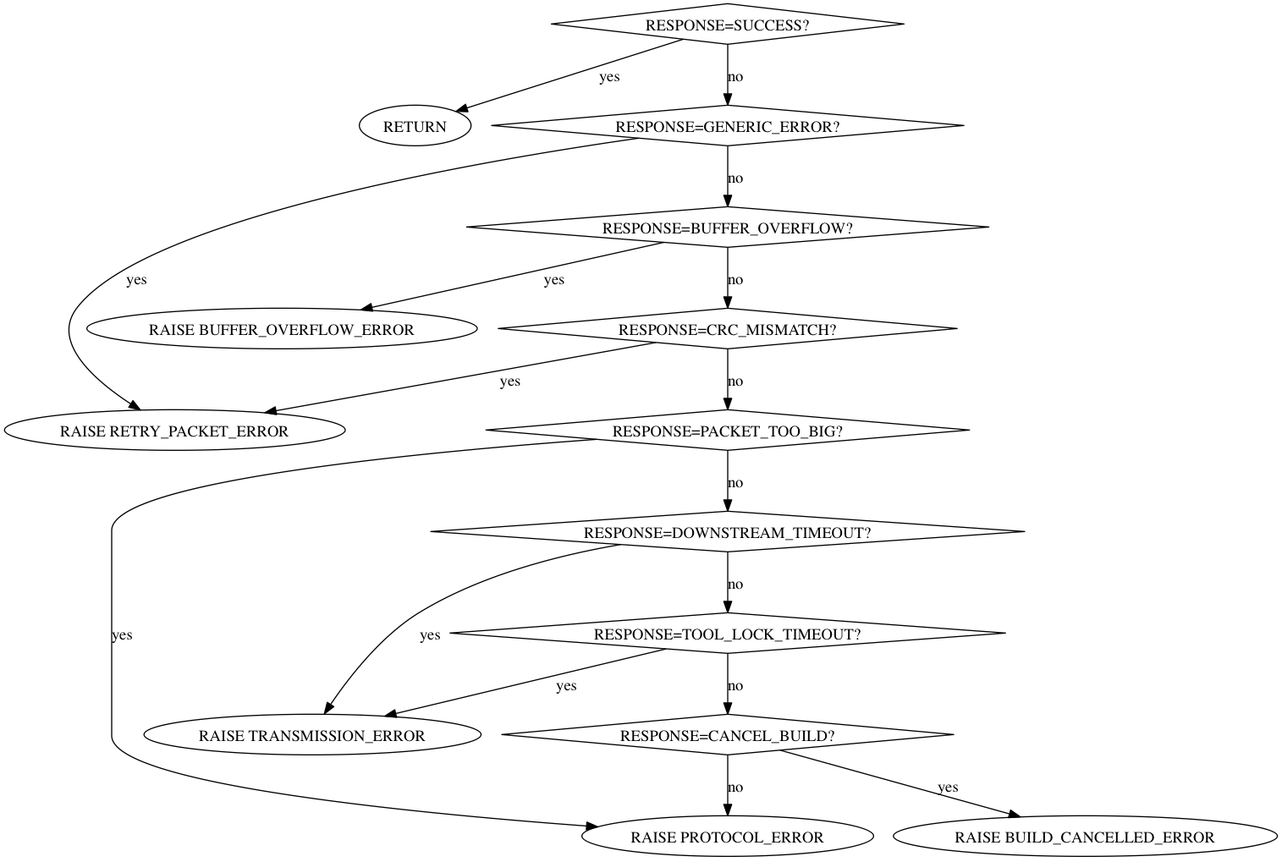
Earlier version of the Graphviz export doc/CheckResponseCode.png (okeefm/s3g). Its source is kept beside it as doc/CheckResponseCode.dot. Source of this version:
```dot

digraph
{
  rankdir=TB;

  "RESPONSE=SUCCESS?" [shape=diamond];
  "RESPONSE=SUCCESS?" -> "RETURN" [label="yes"];
  "RESPONSE=SUCCESS?" -> "RESPONSE=GENERIC_ERROR?" [label="no", weight=10];

  "RESPONSE=GENERIC_ERROR?" [shape=diamond];
  "RESPONSE=GENERIC_ERROR?" -> "RAISE RETRY_PACKET_ERROR" [label="yes"];
  "RESPONSE=GENERIC_ERROR?" -> "RESPONSE=BUFFER_OVERFLOW?" [label="no", weight=10];

  "RESPONSE=BUFFER_OVERFLOW?" [shape=diamond];
  "RESPONSE=BUFFER_OVERFLOW?" -> "RAISE BUFFER_OVERFLOW_ERROR" [label="yes"];
  "RESPONSE=BUFFER_OVERFLOW?" -> "RESPONSE=CRC_MISMATCH?" [label="no", weight=10];

  "RESPONSE=CRC_MISMATCH?" [shape=diamond];
  "RESPONSE=CRC_MISMATCH?" -> "RAISE RETRY_PACKET_ERROR" [label="yes"];
  "RESPONSE=CRC_MISMATCH?" -> "RESPONSE=PACKET_TOO_BIG?" [label="no", weight=10];

  "RESPONSE=PACKET_TOO_BIG?" [shape=diamond];
  "RESPONSE=PACKET_TOO_BIG?" -> "RAISE PROTOCOL_ERROR" [label="yes"];
  "RESPONSE=PACKET_TOO_BIG?" -> "RESPONSE=DOWNSTREAM_TIMEOUT?" [label="no", weight=10];

  "RESPONSE=DOWNSTREAM_TIMEOUT?" [shape=diamond];
  "RESPONSE=DOWNSTREAM_TIMEOUT?" -> "RAISE TRANSMISSION_ERROR" [label="yes"];
  "RESPONSE=DOWNSTREAM_TIMEOUT?" -> "RESPONSE=TOOL_LOCK_TIMEOUT?" [label="no", weight=10];

  "RESPONSE=TOOL_LOCK_TIMEOUT?" [shape=diamond];
  "RESPONSE=TOOL_LOCK_TIMEOUT?" -> "RAISE TRANSMISSION_ERROR" [label="yes"];
  "RESPONSE=TOOL_LOCK_TIMEOUT?" -> "RESPONSE=CANCEL_BUILD?" [label="no", weight=10];

  "RESPONSE=CANCEL_BUILD?" [shape=diamond];
  "RESPONSE=CANCEL_BUILD?" -> "RAISE BUILD_CANCELLED_ERROR" [label="yes"];
  "RESPONSE=CANCEL_BUILD?" -> "RAISE PROTOCOL_ERROR" [label="no", weight=10];
}
```
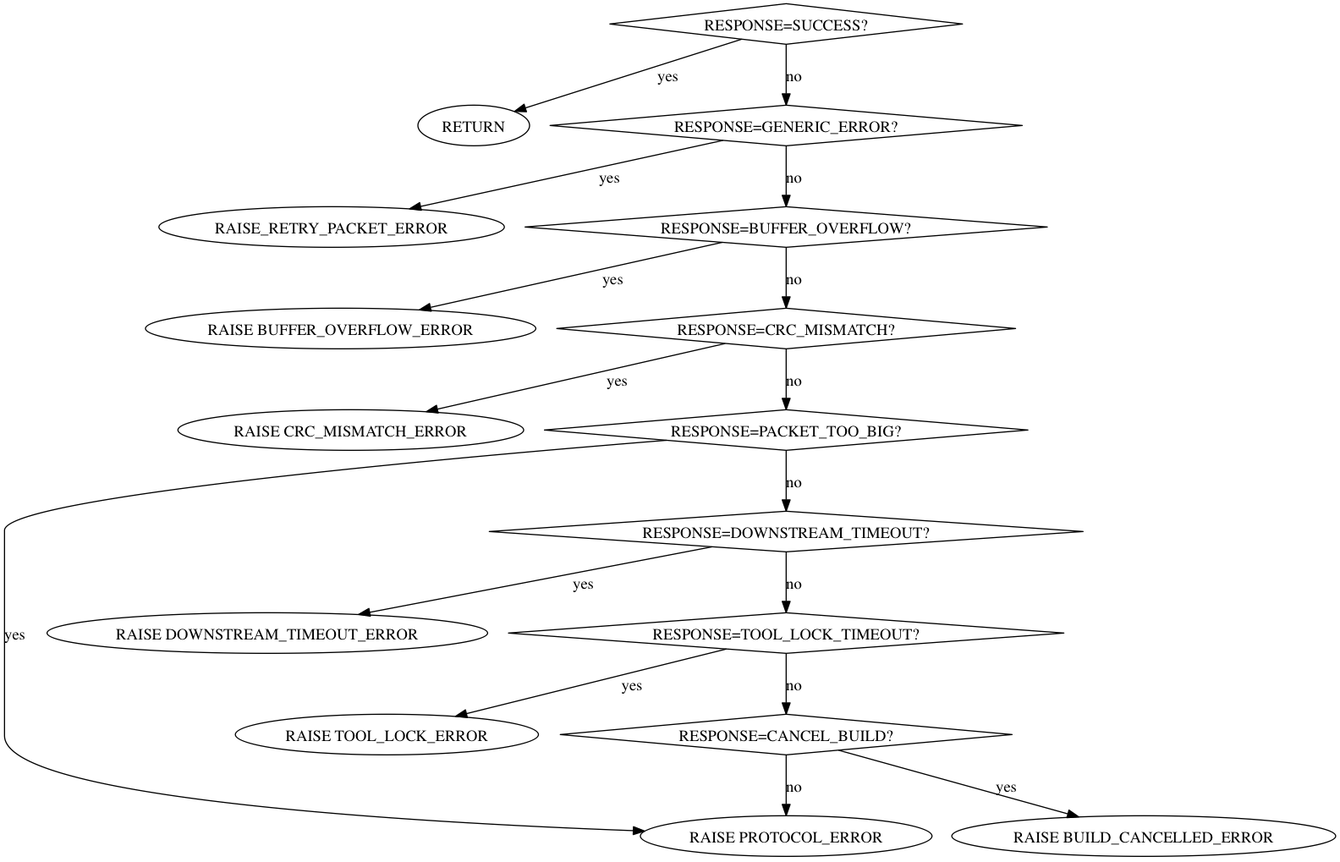
The same file after the commit.

Change to the diagram source:
```diff
@@ -8,7 +8,7 @@
   "RESPONSE=SUCCESS?" -> "RESPONSE=GENERIC_ERROR?" [label="no", weight=10];
 
   "RESPONSE=GENERIC_ERROR?" [shape=diamond];
-  "RESPONSE=GENERIC_ERROR?" -> "RAISE RETRY_PACKET_ERROR" [label="yes"];
+  "RESPONSE=GENERIC_ERROR?" -> "RAISE_RETRY_PACKET_ERROR" [label="yes"];
   "RESPONSE=GENERIC_ERROR?" -> "RESPONSE=BUFFER_OVERFLOW?" [label="no", weight=10];
 
   "RESPONSE=BUFFER_OVERFLOW?" [shape=diamond];
@@ -16,7 +16,7 @@
   "RESPONSE=BUFFER_OVERFLOW?" -> "RESPONSE=CRC_MISMATCH?" [label="no", weight=10];
 
   "RESPONSE=CRC_MISMATCH?" [shape=diamond];
-  "RESPONSE=CRC_MISMATCH?" -> "RAISE RETRY_PACKET_ERROR" [label="yes"];
+  "RESPONSE=CRC_MISMATCH?" -> "RAISE CRC_MISMATCH_ERROR" [label="yes"];
   "RESPONSE=CRC_MISMATCH?" -> "RESPONSE=PACKET_TOO_BIG?" [label="no", weight=10];
 
   "RESPONSE=PACKET_TOO_BIG?" [shape=diamond];
@@ -24,11 +24,11 @@
   "RESPONSE=PACKET_TOO_BIG?" -> "RESPONSE=DOWNSTREAM_TIMEOUT?" [label="no", weight=10];
 
   "RESPONSE=DOWNSTREAM_TIMEOUT?" [shape=diamond];
-  "RESPONSE=DOWNSTREAM_TIMEOUT?" -> "RAISE TRANSMISSION_ERROR" [label="yes"];
+  "RESPONSE=DOWNSTREAM_TIMEOUT?" -> "RAISE DOWNSTREAM_TIMEOUT_ERROR" [label="yes"];
   "RESPONSE=DOWNSTREAM_TIMEOUT?" -> "RESPONSE=TOOL_LOCK_TIMEOUT?" [label="no", weight=10];
 
   "RESPONSE=TOOL_LOCK_TIMEOUT?" [shape=diamond];
-  "RESPONSE=TOOL_LOCK_TIMEOUT?" -> "RAISE TRANSMISSION_ERROR" [label="yes"];
+  "RESPONSE=TOOL_LOCK_TIMEOUT?" -> "RAISE TOOL_LOCK_ERROR" [label="yes"];
   "RESPONSE=TOOL_LOCK_TIMEOUT?" -> "RESPONSE=CANCEL_BUILD?" [label="no", weight=10];
 
   "RESPONSE=CANCEL_BUILD?" [shape=diamond];
```
